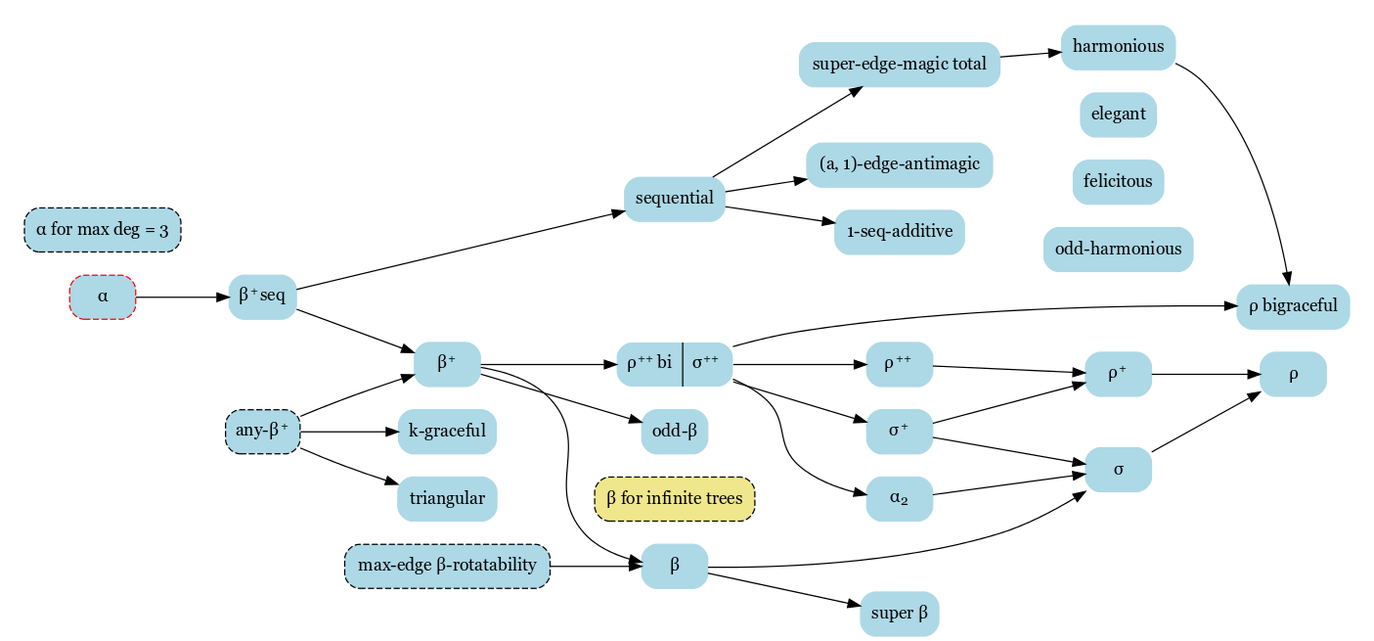
The Graphviz diagram diagram/tree_labelings.png in gexahedron/graceful-labeling, before a commit. Its source is kept beside it as diagram/tree_labelings.dot. Its diagram source:
```dot
digraph labelings {
    style=invis;
    rankdir="LR";
    graph [fontname = "georgia"];
    node [fontname = "georgia"];
    edge [fontname = "georgia"];
    node [color=lightblue, style=filled, shape=Mrecord];

    subgraph cluster_alpha {
        {
            node [style="dashed,filled", color="black", fillcolor="lightblue"];
            alpha_deg3 [label="α for max deg = 3"];
        }
        {
            node [style="dashed,filled", color="red", fillcolor="lightblue"];
            alpha [label="α"];
        }
    }
    beta_plus_seq [label=<β<SUP>+</SUP>seq>];
    alpha -> beta_plus_seq;
    beta_plus_seq -> seq;
    beta_plus [label=<β<SUP>+</SUP>>];
    beta_plus_seq -> beta_plus;
    seq [label="sequential"]
    semt [label="super-edge-magic total"]
    harm [label="harmonious"]
    seq -> semt;
    semt -> harm;
    subgraph cluster_lr {
        node [style="filled,rounded", color="black", fillcolor="lightblue", shape=record];
        rho_sigma [label=<{ρ<SUP>++</SUP>bi | σ<SUP>++</SUP>}>];
    }
    beta_plus -> rho_sigma;
    subgraph cluster_beta {
        {
            node [style="dashed,filled", color="black", fillcolor="khaki"];
            inf_beta [label="β for infinite trees"];
        }
        beta [label="β"];
    }
    beta_plus -> beta;
    {
        node [style="dashed,filled", color="black", fillcolor="lightblue"];
        beta_rot [label="max-edge β-rotatability"]
    }
    beta_rot -> beta
    subgraph cluster_rho {
        rho [label="ρ"];
        rho_bi [label="ρ bigraceful"];
    }
    harm -> rho_bi;
    rho_sigma -> rho_bi;
    rho_pp [label=<ρ<SUP>++</SUP>>];
    rho_sigma -> rho_pp;
    sigma_p [label=<σ<SUP>+</SUP>>];
    rho_sigma -> sigma_p;
    sigma [label="σ"];
    beta -> sigma;
    sigma_p -> sigma;
    rho_p [label=<ρ<SUP>+</SUP>>];
    rho_pp -> rho_p;
    sigma_p -> rho_p;
    sigma -> rho;
    rho_p -> rho;
    {
        node [style="dashed,filled", color="black", fillcolor="lightblue"];
        k_beta_p [label=<any-β<SUP>+</SUP>>];
    }
    k_beta_p -> beta_plus;

    odd_beta [label="odd-β"]
    beta_plus -> odd_beta
    super_beta [label="super β"]
    beta -> super_beta
    subgraph cluster_harmonious {
        harm
        elegant
        felicitous
        odd_harm [label="odd-harmonious"]
    }
    k_graceful [label="k-graceful"]
    k_beta_p -> k_graceful
    k_beta_p -> triangular

    antimagic [label="(a, 1)-edge-antimagic"]
    seq -> antimagic
    seq_add [label="1-seq-additive"]
    seq -> seq_add

    alpha_2 [label=<α<SUB>2</SUB>>]
    rho_sigma -> alpha_2
    alpha_2 -> sigma
}
```
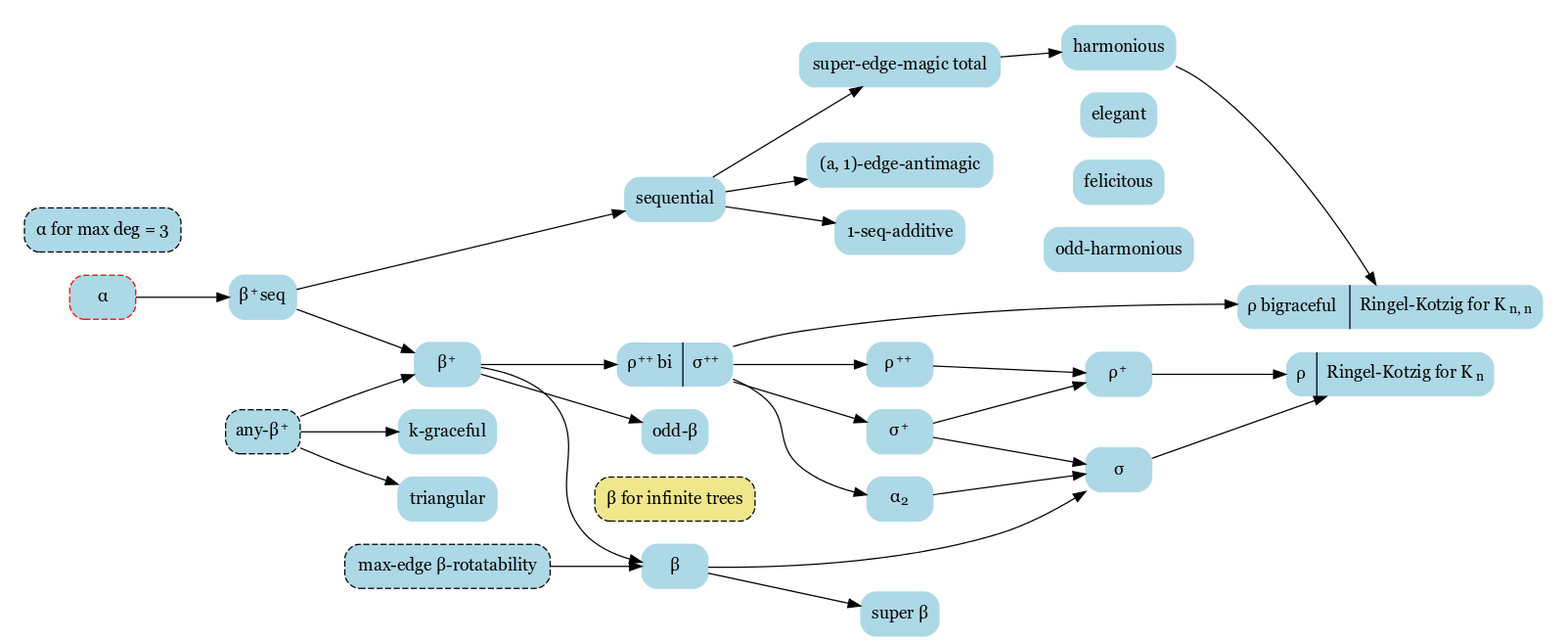
After the change.

The edit, as a diff of the source:
```diff
@@ -45,8 +45,9 @@
     }
     beta_rot -> beta
     subgraph cluster_rho {
-        rho [label="ρ"];
-        rho_bi [label="ρ bigraceful"];
+        node [fillcolor="lightblue", color="black", style="filled,rounded", shape=record];
+        rho [label=<{ρ | Ringel-Kotzig for K<SUB>n</SUB>}>];
+        rho_bi [label=<{ρ bigraceful | Ringel-Kotzig for K<SUB>n, n</SUB>}>];
     }
     harm -> rho_bi;
     rho_sigma -> rho_bi;
@@ -73,10 +74,10 @@
     super_beta [label="super β"]
     beta -> super_beta
     subgraph cluster_harmonious {
-        harm
         elegant
         felicitous
         odd_harm [label="odd-harmonious"]
+        harm
     }
     k_graceful [label="k-graceful"]
     k_beta_p -> k_graceful
```
